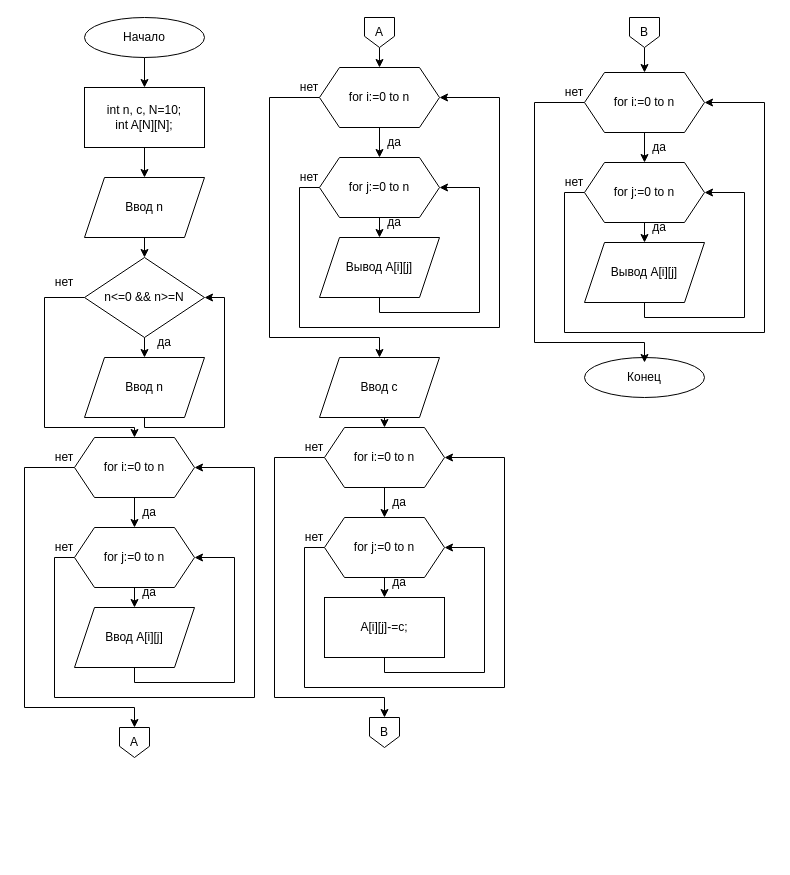
This is c-lessons/Лабораторная1_2семестр.drawio from lubarog13/codes, a draw.io file, before an edit. Source tidied: cells renumbered, new cells numbered last; positions are measured from the earlier drawing's top-left corner, leaving out a move shared by most shapes. Both pictures are drawn from the tidied source at 100%, with x=0, y=0 at pixel (24, 17).
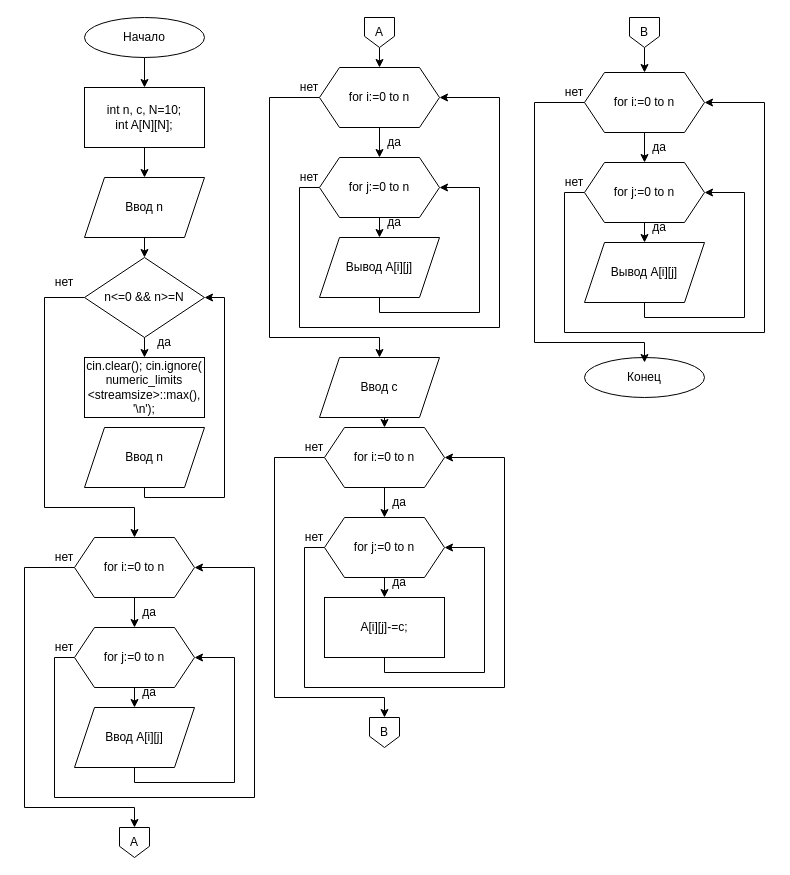
Above is the later version.

Unchanged cells that the change refers to:
```xml
<mxCell id="10" value="n&amp;lt;=0 &amp;amp;&amp;amp; n&amp;gt;=N" style="rhombus;whiteSpace=wrap;html=1;" parent="1" vertex="1">
  <mxGeometry x="60" y="240" width="120" height="80" as="geometry" />
</mxCell>
```

Diff of the diagram source:
```diff
@@
     <mxCell id="8" style="edgeStyle=orthogonalEdgeStyle;rounded=0;jettySize=auto;html=1;exitX=0;exitY=0.5;exitDx=0;exitDy=0;entryX=0.5;entryY=0;entryDx=0;entryDy=0;" parent="1" edge="1" source="10" target="17">
       <mxGeometry relative="1" as="geometry">
         <Array as="points">
           <mxPoint x="20" y="280" />
-          <mxPoint x="20" y="410" />
-          <mxPoint x="110" y="410" />
+          <mxPoint x="20" y="490" />
+          <mxPoint x="110" y="490" />
         </Array>
       </mxGeometry>
     </mxCell>
@@
     <mxCell id="16" style="edgeStyle=orthogonalEdgeStyle;rounded=0;jettySize=auto;html=1;exitX=0;exitY=0.5;exitDx=0;exitDy=0;" parent="1" edge="1" source="17" target="26">
       <mxGeometry relative="1" as="geometry">
         <Array as="points">
-          <mxPoint y="450" />
-          <mxPoint y="690" />
-          <mxPoint x="110" y="690" />
+          <mxPoint y="550" />
+          <mxPoint y="790" />
+          <mxPoint x="110" y="790" />
         </Array>
       </mxGeometry>
     </mxCell>
     <mxCell id="17" value="for i:=0 to n" style="shape=hexagon;perimeter=hexagonPerimeter2;whiteSpace=wrap;html=1;fixedSize=1;" parent="1" vertex="1">
-      <mxGeometry x="50" y="420" width="120" height="60" as="geometry" />
+      <mxGeometry x="50" y="520" width="120" height="60" as="geometry" />
     </mxCell>
@@
     <mxCell id="19" style="edgeStyle=orthogonalEdgeStyle;rounded=0;jettySize=auto;html=1;exitX=0;exitY=0.5;exitDx=0;exitDy=0;entryX=1;entryY=0.5;entryDx=0;entryDy=0;" parent="1" edge="1" source="20" target="17">
       <mxGeometry relative="1" as="geometry">
         <Array as="points">
-          <mxPoint x="30" y="540" />
-          <mxPoint x="30" y="680" />
-          <mxPoint x="230" y="680" />
-          <mxPoint x="230" y="450" />
+          <mxPoint x="30" y="640" />
+          <mxPoint x="30" y="780" />
+          <mxPoint x="230" y="780" />
+          <mxPoint x="230" y="550" />
         </Array>
       </mxGeometry>
     </mxCell>
     <mxCell id="20" value="for j:=0 to n" style="shape=hexagon;perimeter=hexagonPerimeter2;whiteSpace=wrap;html=1;fixedSize=1;" parent="1" vertex="1">
-      <mxGeometry x="50" y="510" width="120" height="60" as="geometry" />
+      <mxGeometry x="50" y="610" width="120" height="60" as="geometry" />
     </mxCell>
     <mxCell id="21" style="edgeStyle=orthogonalEdgeStyle;rounded=0;jettySize=auto;html=1;exitX=0.5;exitY=1;exitDx=0;exitDy=0;entryX=1;entryY=0.5;entryDx=0;entryDy=0;" parent="1" edge="1" source="22" target="20">
       <mxGeometry relative="1" as="geometry">
         <Array as="points">
-          <mxPoint x="110" y="665" />
-          <mxPoint x="210" y="665" />
-          <mxPoint x="210" y="540" />
+          <mxPoint x="110" y="765" />
+          <mxPoint x="210" y="765" />
+          <mxPoint x="210" y="640" />
         </Array>
       </mxGeometry>
     </mxCell>
     <mxCell id="22" value="Ввод A[i][j]" style="shape=parallelogram;perimeter=parallelogramPerimeter;whiteSpace=wrap;html=1;fixedSize=1;" parent="1" vertex="1">
-      <mxGeometry x="50" y="590" width="120" height="60" as="geometry" />
+      <mxGeometry x="50" y="690" width="120" height="60" as="geometry" />
     </mxCell>
@@
     <mxCell id="26" value="А" style="shape=offPageConnector;whiteSpace=wrap;html=1;" parent="1" vertex="1">
-      <mxGeometry x="95" y="710" width="30" height="30" as="geometry" />
+      <mxGeometry x="95" y="810" width="30" height="30" as="geometry" />
     </mxCell>
@@
     <mxCell id="31" style="edgeStyle=orthogonalEdgeStyle;rounded=0;jettySize=auto;html=1;exitX=0.5;exitY=1;exitDx=0;exitDy=0;entryX=1;entryY=0.5;entryDx=0;entryDy=0;" parent="1" edge="1" source="32" target="10">
       <mxGeometry relative="1" as="geometry">
         <Array as="points">
-          <mxPoint x="120" y="410" />
-          <mxPoint x="200" y="410" />
+          <mxPoint x="120" y="480" />
+          <mxPoint x="200" y="480" />
           <mxPoint x="200" y="280" />
         </Array>
       </mxGeometry>
     </mxCell>
     <mxCell id="32" value="Ввод n" style="shape=parallelogram;perimeter=parallelogramPerimeter;whiteSpace=wrap;html=1;fixedSize=1;" parent="1" vertex="1">
-      <mxGeometry x="60" y="340" width="120" height="60" as="geometry" />
+      <mxGeometry x="60" y="410" width="120" height="60" as="geometry" />
     </mxCell>
     <mxCell id="33" value="нет" style="text;html=1;strokeColor=none;fillColor=none;align=center;verticalAlign=middle;whiteSpace=wrap;rounded=0;" parent="1" vertex="1">
-      <mxGeometry x="10" y="425" width="60" height="30" as="geometry" />
+      <mxGeometry x="10" y="525" width="60" height="30" as="geometry" />
     </mxCell>
     <mxCell id="34" value="да" style="text;html=1;strokeColor=none;fillColor=none;align=center;verticalAlign=middle;whiteSpace=wrap;rounded=0;" parent="1" vertex="1">
-      <mxGeometry x="95" y="480" width="60" height="30" as="geometry" />
+      <mxGeometry x="95" y="580" width="60" height="30" as="geometry" />
     </mxCell>
     <mxCell id="35" value="да" style="text;html=1;strokeColor=none;fillColor=none;align=center;verticalAlign=middle;whiteSpace=wrap;rounded=0;" parent="1" vertex="1">
-      <mxGeometry x="95" y="560" width="60" height="30" as="geometry" />
+      <mxGeometry x="95" y="660" width="60" height="30" as="geometry" />
     </mxCell>
     <mxCell id="36" value="нет" style="text;html=1;strokeColor=none;fillColor=none;align=center;verticalAlign=middle;whiteSpace=wrap;rounded=0;" parent="1" vertex="1">
-      <mxGeometry x="10" y="515" width="60" height="30" as="geometry" />
+      <mxGeometry x="10" y="615" width="60" height="30" as="geometry" />
     </mxCell>
@@
+    <mxCell id="72" value="&lt;div&gt;cin.clear(); cin.ignore(&lt;/div&gt;&lt;div&gt;numeric_limits&lt;/div&gt;&lt;div&gt;&amp;lt;streamsize&amp;gt;::max(), '\n');&lt;/div&gt;" style="rounded=0;whiteSpace=wrap;html=1;" parent="1" vertex="1">
+      <mxGeometry x="60" y="340" width="120" height="60" as="geometry" />
+    </mxCell>
```
